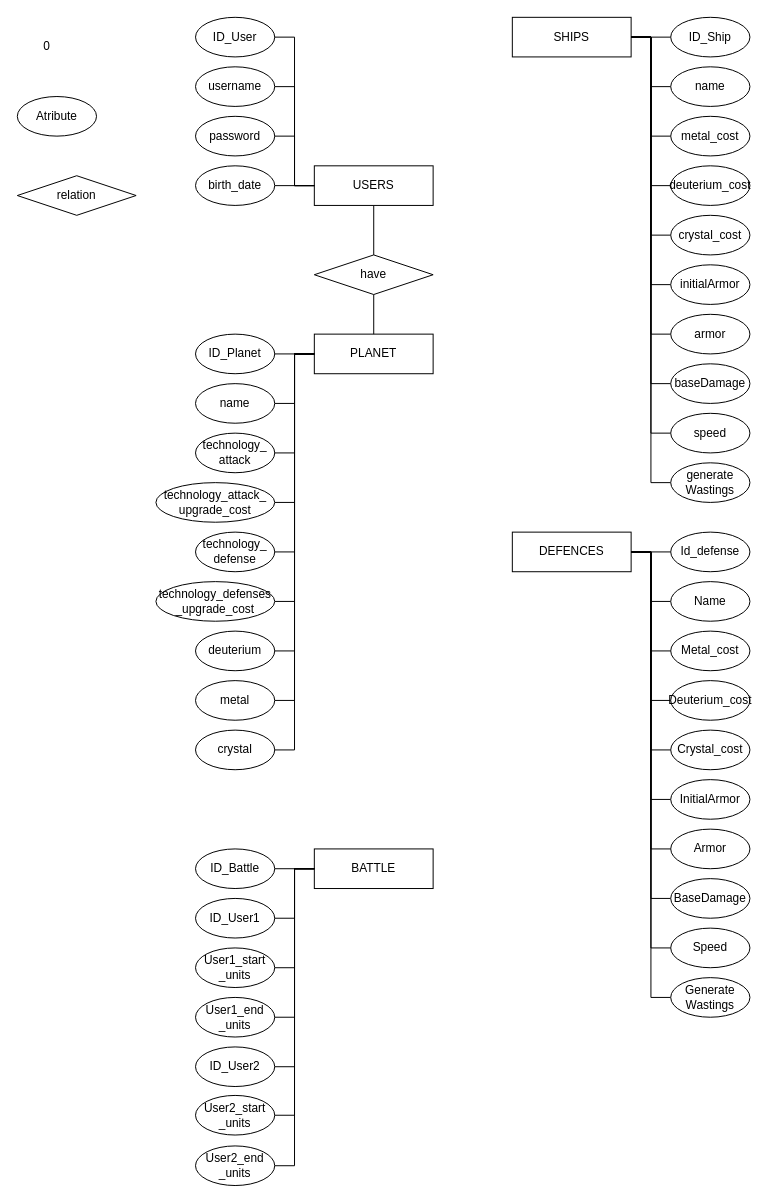
SergioHerreraMarin/PlanetWarsProyectoM3 keeps this draw.io diagram as M2/DiagramaChen.drawio. Above is the earlier version. Source tidied: cells renumbered, new cells numbered last; positions are measured from the earlier drawing's top-left corner, leaving out a move shared by most shapes. Both pictures are drawn from the tidied source at 99%, with x=0, y=0 at pixel (17, 17).
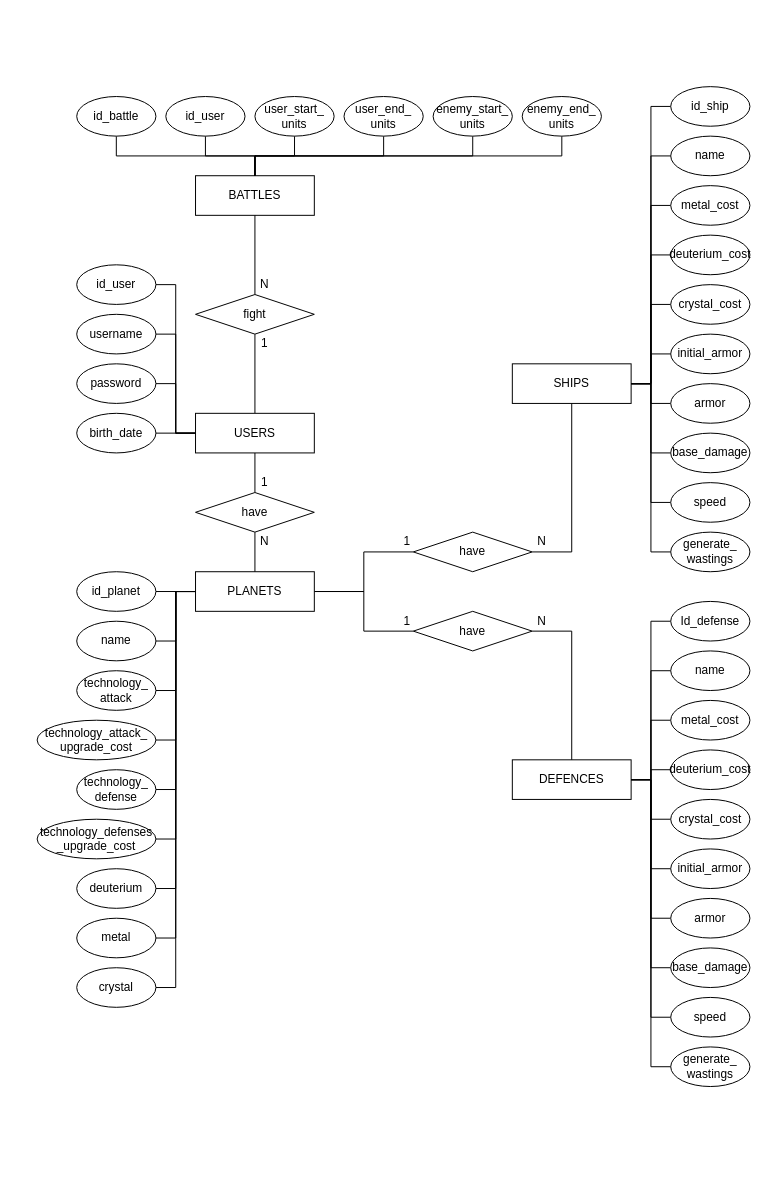
Above is the later version.

Commit message (it also covers changes not shown here):
Diagrama Chen acabado

The edit, as a diff of the source:
```diff
@@
+    <mxCell id="93" style="edgeStyle=orthogonalEdgeStyle;rounded=0;jettySize=auto;html=1;exitX=0.5;exitY=0;exitDx=0;exitDy=0;entryX=0.5;entryY=1;entryDx=0;entryDy=0;endArrow=none;endFill=0;" parent="1" edge="1" source="3" target="106">
+      <mxGeometry relative="1" as="geometry" />
+    </mxCell>
     <mxCell id="3" value="USERS" style="rounded=0;whiteSpace=wrap;html=1;" parent="1" vertex="1">
-      <mxGeometry x="300" y="150" width="120" height="40" as="geometry" />
+      <mxGeometry x="180" y="400" width="120" height="40" as="geometry" />
     </mxCell>
-    <mxCell id="4" value="Atribute" style="ellipse;whiteSpace=wrap;html=1;" parent="1" vertex="1">
-      <mxGeometry y="80" width="80" height="40" as="geometry" />
-    </mxCell>
-    <mxCell id="5" value="relation" style="rhombus;whiteSpace=wrap;html=1;" parent="1" vertex="1">
-      <mxGeometry y="160" width="120" height="40" as="geometry" />
-    </mxCell>
-    <mxCell id="6" value="0" style="text;html=1;strokeColor=none;fillColor=none;align=center;verticalAlign=middle;whiteSpace=wrap;rounded=0;" parent="1" vertex="1">
-      <mxGeometry x="20" y="20" width="20" height="20" as="geometry" />
+    <mxCell id="6" value="N" style="text;html=1;strokeColor=none;fillColor=none;align=center;verticalAlign=middle;whiteSpace=wrap;rounded=0;" parent="1" vertex="1">
+      <mxGeometry x="240" y="520" width="20" height="20" as="geometry" />
     </mxCell>
     <mxCell id="7" value="SHIPS" style="rounded=0;whiteSpace=wrap;html=1;" parent="1" vertex="1">
-      <mxGeometry x="500" width="120" height="40" as="geometry" />
+      <mxGeometry x="500" y="350" width="120" height="40" as="geometry" />
     </mxCell>
+    <mxCell id="94" style="edgeStyle=orthogonalEdgeStyle;rounded=0;jettySize=auto;html=1;exitX=1;exitY=0.5;exitDx=0;exitDy=0;entryX=0;entryY=0.5;entryDx=0;entryDy=0;endArrow=none;endFill=0;" parent="1" edge="1" source="8" target="100">
+      <mxGeometry relative="1" as="geometry" />
+    </mxCell>
+    <mxCell id="95" style="edgeStyle=orthogonalEdgeStyle;rounded=0;jettySize=auto;html=1;exitX=1;exitY=0.5;exitDx=0;exitDy=0;entryX=0;entryY=0.5;entryDx=0;entryDy=0;endArrow=none;endFill=0;" parent="1" edge="1" source="8" target="98">
+      <mxGeometry relative="1" as="geometry" />
+    </mxCell>
-    <mxCell id="8" value="PLANET" style="rounded=0;whiteSpace=wrap;html=1;" parent="1" vertex="1">
-      <mxGeometry x="300" y="320" width="120" height="40" as="geometry" />
+    <mxCell id="8" value="PLANETS" style="rounded=0;whiteSpace=wrap;html=1;" parent="1" vertex="1">
+      <mxGeometry x="180" y="560" width="120" height="40" as="geometry" />
     </mxCell>
     <mxCell id="9" value="DEFENCES" style="rounded=0;whiteSpace=wrap;html=1;" parent="1" vertex="1">
-      <mxGeometry x="500" y="520" width="120" height="40" as="geometry" />
+      <mxGeometry x="500" y="750" width="120" height="40" as="geometry" />
     </mxCell>
-    <mxCell id="10" value="BATTLE" style="rounded=0;whiteSpace=wrap;html=1;" parent="1" vertex="1">
-      <mxGeometry x="300" y="840" width="120" height="40" as="geometry" />
+    <mxCell id="10" value="BATTLES" style="rounded=0;whiteSpace=wrap;html=1;" parent="1" vertex="1">
+      <mxGeometry x="180" y="160" width="120" height="40" as="geometry" />
     </mxCell>
@@
-    <mxCell id="12" value="ID_User" style="ellipse;whiteSpace=wrap;html=1;" parent="1" vertex="1">
-      <mxGeometry x="180" width="80" height="40" as="geometry" />
+    <mxCell id="12" value="id_user" style="ellipse;whiteSpace=wrap;html=1;" parent="1" vertex="1">
+      <mxGeometry x="60" y="250" width="80" height="40" as="geometry" />
     </mxCell>
@@
     <mxCell id="14" value="username" style="ellipse;whiteSpace=wrap;html=1;" parent="1" vertex="1">
-      <mxGeometry x="180" y="50" width="80" height="40" as="geometry" />
+      <mxGeometry x="60" y="300" width="80" height="40" as="geometry" />
     </mxCell>
@@
     <mxCell id="16" value="birth_date" style="ellipse;whiteSpace=wrap;html=1;" parent="1" vertex="1">
-      <mxGeometry x="180" y="150" width="80" height="40" as="geometry" />
+      <mxGeometry x="60" y="400" width="80" height="40" as="geometry" />
     </mxCell>
@@
     <mxCell id="18" value="password" style="ellipse;whiteSpace=wrap;html=1;" parent="1" vertex="1">
-      <mxGeometry x="180" y="100" width="80" height="40" as="geometry" />
+      <mxGeometry x="60" y="350" width="80" height="40" as="geometry" />
     </mxCell>
@@
     <mxCell id="20" value="have" style="rhombus;whiteSpace=wrap;html=1;" parent="1" vertex="1">
-      <mxGeometry x="300" y="240" width="120" height="40" as="geometry" />
+      <mxGeometry x="180" y="480" width="120" height="40" as="geometry" />
     </mxCell>
@@
-    <mxCell id="22" value="ID_Planet" style="ellipse;whiteSpace=wrap;html=1;" parent="1" vertex="1">
-      <mxGeometry x="180" y="320" width="80" height="40" as="geometry" />
+    <mxCell id="22" value="id_planet" style="ellipse;whiteSpace=wrap;html=1;" parent="1" vertex="1">
+      <mxGeometry x="60" y="560" width="80" height="40" as="geometry" />
     </mxCell>
@@
     <mxCell id="24" value="name" style="ellipse;whiteSpace=wrap;html=1;" parent="1" vertex="1">
-      <mxGeometry x="180" y="370" width="80" height="40" as="geometry" />
+      <mxGeometry x="60" y="610" width="80" height="40" as="geometry" />
     </mxCell>
@@
     <mxCell id="26" value="technology_&lt;br&gt;attack" style="ellipse;whiteSpace=wrap;html=1;" parent="1" vertex="1">
-      <mxGeometry x="180" y="420" width="80" height="40" as="geometry" />
+      <mxGeometry x="60" y="660" width="80" height="40" as="geometry" />
     </mxCell>
@@
     <mxCell id="28" value="technology_&lt;br&gt;defense" style="ellipse;whiteSpace=wrap;html=1;" parent="1" vertex="1">
-      <mxGeometry x="180" y="520" width="80" height="40" as="geometry" />
+      <mxGeometry x="60" y="760" width="80" height="40" as="geometry" />
     </mxCell>
@@
     <mxCell id="30" value="technology_attack_&lt;br&gt;upgrade_cost" style="ellipse;whiteSpace=wrap;html=1;" parent="1" vertex="1">
-      <mxGeometry x="140" y="470" width="120" height="40" as="geometry" />
+      <mxGeometry x="20" y="710" width="120" height="40" as="geometry" />
     </mxCell>
@@
     <mxCell id="32" value="technology_defenses&lt;br&gt;_upgrade_cost" style="ellipse;whiteSpace=wrap;html=1;" parent="1" vertex="1">
-      <mxGeometry x="140" y="570" width="120" height="40" as="geometry" />
+      <mxGeometry x="20" y="810" width="120" height="40" as="geometry" />
     </mxCell>
@@
     <mxCell id="34" value="crystal" style="ellipse;whiteSpace=wrap;html=1;" parent="1" vertex="1">
-      <mxGeometry x="180" y="720" width="80" height="40" as="geometry" />
+      <mxGeometry x="60" y="960" width="80" height="40" as="geometry" />
     </mxCell>
@@
     <mxCell id="36" value="metal" style="ellipse;whiteSpace=wrap;html=1;" parent="1" vertex="1">
-      <mxGeometry x="180" y="670" width="80" height="40" as="geometry" />
+      <mxGeometry x="60" y="910" width="80" height="40" as="geometry" />
     </mxCell>
@@
     <mxCell id="38" value="deuterium" style="ellipse;whiteSpace=wrap;html=1;" parent="1" vertex="1">
-      <mxGeometry x="180" y="620" width="80" height="40" as="geometry" />
+      <mxGeometry x="60" y="860" width="80" height="40" as="geometry" />
     </mxCell>
@@
-    <mxCell id="40" value="ID_Ship" style="ellipse;whiteSpace=wrap;html=1;" parent="1" vertex="1">
-      <mxGeometry x="660" width="80" height="40" as="geometry" />
+    <mxCell id="40" value="id_ship" style="ellipse;whiteSpace=wrap;html=1;" parent="1" vertex="1">
+      <mxGeometry x="660" y="70" width="80" height="40" as="geometry" />
     </mxCell>
@@
     <mxCell id="42" value="name" style="ellipse;whiteSpace=wrap;html=1;" parent="1" vertex="1">
-      <mxGeometry x="660" y="50" width="80" height="40" as="geometry" />
+      <mxGeometry x="660" y="120" width="80" height="40" as="geometry" />
     </mxCell>
@@
     <mxCell id="44" value="metal_cost" style="ellipse;whiteSpace=wrap;html=1;" parent="1" vertex="1">
-      <mxGeometry x="660" y="100" width="80" height="40" as="geometry" />
+      <mxGeometry x="660" y="170" width="80" height="40" as="geometry" />
     </mxCell>
@@
     <mxCell id="46" value="deuterium_cost" style="ellipse;whiteSpace=wrap;html=1;" parent="1" vertex="1">
-      <mxGeometry x="660" y="150" width="80" height="40" as="geometry" />
+      <mxGeometry x="660" y="220" width="80" height="40" as="geometry" />
     </mxCell>
@@
     <mxCell id="48" value="crystal_cost" style="ellipse;whiteSpace=wrap;html=1;" parent="1" vertex="1">
-      <mxGeometry x="660" y="200" width="80" height="40" as="geometry" />
+      <mxGeometry x="660" y="270" width="80" height="40" as="geometry" />
     </mxCell>
@@
-    <mxCell id="50" value="initialArmor" style="ellipse;whiteSpace=wrap;html=1;" parent="1" vertex="1">
-      <mxGeometry x="660" y="250" width="80" height="40" as="geometry" />
+    <mxCell id="50" value="initial_armor" style="ellipse;whiteSpace=wrap;html=1;" parent="1" vertex="1">
+      <mxGeometry x="660" y="320" width="80" height="40" as="geometry" />
     </mxCell>
@@
     <mxCell id="52" value="armor" style="ellipse;whiteSpace=wrap;html=1;" parent="1" vertex="1">
-      <mxGeometry x="660" y="300" width="80" height="40" as="geometry" />
+      <mxGeometry x="660" y="370" width="80" height="40" as="geometry" />
     </mxCell>
@@
-    <mxCell id="54" value="baseDamage" style="ellipse;whiteSpace=wrap;html=1;" parent="1" vertex="1">
-      <mxGeometry x="660" y="350" width="80" height="40" as="geometry" />
+    <mxCell id="54" value="base_damage" style="ellipse;whiteSpace=wrap;html=1;" parent="1" vertex="1">
+      <mxGeometry x="660" y="420" width="80" height="40" as="geometry" />
     </mxCell>
@@
     <mxCell id="56" value="speed" style="ellipse;whiteSpace=wrap;html=1;" parent="1" vertex="1">
-      <mxGeometry x="660" y="400" width="80" height="40" as="geometry" />
+      <mxGeometry x="660" y="470" width="80" height="40" as="geometry" />
     </mxCell>
@@
-    <mxCell id="58" value="generate&lt;br&gt;Wastings" style="ellipse;whiteSpace=wrap;html=1;" parent="1" vertex="1">
-      <mxGeometry x="660" y="450" width="80" height="40" as="geometry" />
+    <mxCell id="58" value="generate_&lt;br&gt;wastings" style="ellipse;whiteSpace=wrap;html=1;" parent="1" vertex="1">
+      <mxGeometry x="660" y="520" width="80" height="40" as="geometry" />
     </mxCell>
@@
     <mxCell id="60" value="Id_defense" style="ellipse;whiteSpace=wrap;html=1;" parent="1" vertex="1">
-      <mxGeometry x="660" y="520" width="80" height="40" as="geometry" />
+      <mxGeometry x="660" y="590" width="80" height="40" as="geometry" />
     </mxCell>
@@
-    <mxCell id="62" value="Name" style="ellipse;whiteSpace=wrap;html=1;" parent="1" vertex="1">
-      <mxGeometry x="660" y="570" width="80" height="40" as="geometry" />
+    <mxCell id="62" value="name" style="ellipse;whiteSpace=wrap;html=1;" parent="1" vertex="1">
+      <mxGeometry x="660" y="640" width="80" height="40" as="geometry" />
     </mxCell>
@@
-    <mxCell id="64" value="Metal_cost" style="ellipse;whiteSpace=wrap;html=1;" parent="1" vertex="1">
-      <mxGeometry x="660" y="620" width="80" height="40" as="geometry" />
+    <mxCell id="64" value="metal_cost" style="ellipse;whiteSpace=wrap;html=1;" parent="1" vertex="1">
+      <mxGeometry x="660" y="690" width="80" height="40" as="geometry" />
     </mxCell>
@@
-    <mxCell id="66" value="Deuterium_cost" style="ellipse;whiteSpace=wrap;html=1;" parent="1" vertex="1">
-      <mxGeometry x="660" y="670" width="80" height="40" as="geometry" />
+    <mxCell id="66" value="deuterium_cost" style="ellipse;whiteSpace=wrap;html=1;" parent="1" vertex="1">
+      <mxGeometry x="660" y="740" width="80" height="40" as="geometry" />
     </mxCell>
@@
-    <mxCell id="68" value="Crystal_cost" style="ellipse;whiteSpace=wrap;html=1;" parent="1" vertex="1">
-      <mxGeometry x="660" y="720" width="80" height="40" as="geometry" />
+    <mxCell id="68" value="crystal_cost" style="ellipse;whiteSpace=wrap;html=1;" parent="1" vertex="1">
+      <mxGeometry x="660" y="790" width="80" height="40" as="geometry" />
     </mxCell>
@@
-    <mxCell id="70" value="InitialArmor" style="ellipse;whiteSpace=wrap;html=1;" parent="1" vertex="1">
-      <mxGeometry x="660" y="770" width="80" height="40" as="geometry" />
+    <mxCell id="70" value="initial_armor" style="ellipse;whiteSpace=wrap;html=1;" parent="1" vertex="1">
+      <mxGeometry x="660" y="840" width="80" height="40" as="geometry" />
     </mxCell>
@@
-    <mxCell id="72" value="Armor" style="ellipse;whiteSpace=wrap;html=1;" parent="1" vertex="1">
-      <mxGeometry x="660" y="820" width="80" height="40" as="geometry" />
+    <mxCell id="72" value="armor" style="ellipse;whiteSpace=wrap;html=1;" parent="1" vertex="1">
+      <mxGeometry x="660" y="890" width="80" height="40" as="geometry" />
     </mxCell>
@@
-    <mxCell id="74" value="BaseDamage" style="ellipse;whiteSpace=wrap;html=1;" parent="1" vertex="1">
-      <mxGeometry x="660" y="870" width="80" height="40" as="geometry" />
+    <mxCell id="74" value="base_damage" style="ellipse;whiteSpace=wrap;html=1;" parent="1" vertex="1">
+      <mxGeometry x="660" y="940" width="80" height="40" as="geometry" />
     </mxCell>
@@
-    <mxCell id="76" value="Speed" style="ellipse;whiteSpace=wrap;html=1;" parent="1" vertex="1">
-      <mxGeometry x="660" y="920" width="80" height="40" as="geometry" />
+    <mxCell id="76" value="speed" style="ellipse;whiteSpace=wrap;html=1;" parent="1" vertex="1">
+      <mxGeometry x="660" y="990" width="80" height="40" as="geometry" />
     </mxCell>
@@
-    <mxCell id="78" value="Generate Wastings" style="ellipse;whiteSpace=wrap;html=1;" parent="1" vertex="1">
-      <mxGeometry x="660" y="970" width="80" height="40" as="geometry" />
+    <mxCell id="78" value="generate_&lt;br&gt;wastings" style="ellipse;whiteSpace=wrap;html=1;" parent="1" vertex="1">
+      <mxGeometry x="660" y="1040" width="80" height="40" as="geometry" />
     </mxCell>
-    <mxCell id="79" style="edgeStyle=orthogonalEdgeStyle;rounded=0;jettySize=auto;html=1;exitX=1;exitY=0.5;exitDx=0;exitDy=0;entryX=0;entryY=0.5;entryDx=0;entryDy=0;fontSize=8;endArrow=none;endFill=0;" parent="1" edge="1" source="80" target="10">
+    <mxCell id="79" style="edgeStyle=orthogonalEdgeStyle;rounded=0;jettySize=auto;html=1;exitX=0.5;exitY=1;exitDx=0;exitDy=0;entryX=0.5;entryY=0;entryDx=0;entryDy=0;endArrow=none;endFill=0;" parent="1" edge="1" source="80" target="10">
       <mxGeometry relative="1" as="geometry" />
     </mxCell>
-    <mxCell id="80" value="ID_Battle" style="ellipse;whiteSpace=wrap;html=1;" parent="1" vertex="1">
-      <mxGeometry x="180" y="840" width="80" height="40" as="geometry" />
+    <mxCell id="80" value="id_battle" style="ellipse;whiteSpace=wrap;html=1;" parent="1" vertex="1">
+      <mxGeometry x="60" y="80" width="80" height="40" as="geometry" />
     </mxCell>
-    <mxCell id="81" style="edgeStyle=orthogonalEdgeStyle;rounded=0;jettySize=auto;html=1;exitX=1;exitY=0.5;exitDx=0;exitDy=0;entryX=0;entryY=0.5;entryDx=0;entryDy=0;fontSize=8;endArrow=none;endFill=0;" parent="1" edge="1" source="82" target="10">
+    <mxCell id="81" style="edgeStyle=orthogonalEdgeStyle;rounded=0;jettySize=auto;html=1;exitX=0.5;exitY=1;exitDx=0;exitDy=0;entryX=0.5;entryY=0;entryDx=0;entryDy=0;endArrow=none;endFill=0;" parent="1" edge="1" source="82" target="10">
       <mxGeometry relative="1" as="geometry" />
     </mxCell>
-    <mxCell id="82" value="ID_User1" style="ellipse;whiteSpace=wrap;html=1;" parent="1" vertex="1">
-      <mxGeometry x="180" y="890" width="80" height="40" as="geometry" />
+    <mxCell id="82" value="id_user" style="ellipse;whiteSpace=wrap;html=1;" parent="1" vertex="1">
+      <mxGeometry x="150" y="80" width="80" height="40" as="geometry" />
     </mxCell>
-    <mxCell id="83" style="edgeStyle=orthogonalEdgeStyle;rounded=0;jettySize=auto;html=1;exitX=1;exitY=0.5;exitDx=0;exitDy=0;entryX=0;entryY=0.5;entryDx=0;entryDy=0;fontSize=8;endArrow=none;endFill=0;" parent="1" edge="1" source="84" target="10">
-      <mxGeometry relative="1" as="geometry" />
-    </mxCell>
-    <mxCell id="84" value="ID_User2" style="ellipse;whiteSpace=wrap;html=1;" parent="1" vertex="1">
-      <mxGeometry x="180" y="1040" width="80" height="40" as="geometry" />
-    </mxCell>
-    <mxCell id="85" style="edgeStyle=orthogonalEdgeStyle;rounded=0;jettySize=auto;html=1;exitX=1;exitY=0.5;exitDx=0;exitDy=0;entryX=0;entryY=0.5;entryDx=0;entryDy=0;fontSize=8;endArrow=none;endFill=0;" parent="1" edge="1" source="86" target="10">
+    <mxCell id="85" style="edgeStyle=orthogonalEdgeStyle;rounded=0;jettySize=auto;html=1;exitX=0.5;exitY=1;exitDx=0;exitDy=0;entryX=0.5;entryY=0;entryDx=0;entryDy=0;endArrow=none;endFill=0;" parent="1" edge="1" source="86" target="10">
       <mxGeometry relative="1" as="geometry" />
     </mxCell>
-    <mxCell id="86" value="User1_start&lt;br&gt;_units" style="ellipse;whiteSpace=wrap;html=1;" parent="1" vertex="1">
-      <mxGeometry x="180" y="940" width="80" height="40" as="geometry" />
+    <mxCell id="86" value="user_start_&lt;br&gt;units" style="ellipse;whiteSpace=wrap;html=1;" parent="1" vertex="1">
+      <mxGeometry x="240" y="80" width="80" height="40" as="geometry" />
     </mxCell>
-    <mxCell id="87" style="edgeStyle=orthogonalEdgeStyle;rounded=0;jettySize=auto;html=1;exitX=1;exitY=0.5;exitDx=0;exitDy=0;entryX=0;entryY=0.5;entryDx=0;entryDy=0;fontSize=8;endArrow=none;endFill=0;" parent="1" edge="1" source="88" target="10">
+    <mxCell id="87" style="edgeStyle=orthogonalEdgeStyle;rounded=0;jettySize=auto;html=1;exitX=0.5;exitY=1;exitDx=0;exitDy=0;entryX=0.5;entryY=0;entryDx=0;entryDy=0;endArrow=none;endFill=0;" parent="1" edge="1" source="88" target="10">
       <mxGeometry relative="1" as="geometry" />
     </mxCell>
-    <mxCell id="88" value="User1_end&lt;br&gt;_units" style="ellipse;whiteSpace=wrap;html=1;" parent="1" vertex="1">
-      <mxGeometry x="180" y="990" width="80" height="40" as="geometry" />
+    <mxCell id="88" value="user_end_&lt;br&gt;units" style="ellipse;whiteSpace=wrap;html=1;" parent="1" vertex="1">
+      <mxGeometry x="330" y="80" width="80" height="40" as="geometry" />
     </mxCell>
-    <mxCell id="89" style="edgeStyle=orthogonalEdgeStyle;rounded=0;jettySize=auto;html=1;exitX=1;exitY=0.5;exitDx=0;exitDy=0;entryX=0;entryY=0.5;entryDx=0;entryDy=0;fontSize=8;endArrow=none;endFill=0;" parent="1" edge="1" source="90" target="10">
+    <mxCell id="89" style="edgeStyle=orthogonalEdgeStyle;rounded=0;jettySize=auto;html=1;exitX=0.5;exitY=1;exitDx=0;exitDy=0;entryX=0.5;entryY=0;entryDx=0;entryDy=0;endArrow=none;endFill=0;" parent="1" edge="1" source="90" target="10">
       <mxGeometry relative="1" as="geometry" />
     </mxCell>
-    <mxCell id="90" value="User2_start&lt;br&gt;_units" style="ellipse;whiteSpace=wrap;html=1;" parent="1" vertex="1">
-      <mxGeometry x="180" y="1089" width="80" height="40" as="geometry" />
+    <mxCell id="90" value="enemy_start_&lt;br&gt;units" style="ellipse;whiteSpace=wrap;html=1;" parent="1" vertex="1">
+      <mxGeometry x="420" y="80" width="80" height="40" as="geometry" />
     </mxCell>
-    <mxCell id="91" style="edgeStyle=orthogonalEdgeStyle;rounded=0;jettySize=auto;html=1;exitX=1;exitY=0.5;exitDx=0;exitDy=0;entryX=0;entryY=0.5;entryDx=0;entryDy=0;fontSize=8;endArrow=none;endFill=0;" parent="1" edge="1" source="92" target="10">
+    <mxCell id="91" style="edgeStyle=orthogonalEdgeStyle;rounded=0;jettySize=auto;html=1;exitX=0.5;exitY=1;exitDx=0;exitDy=0;entryX=0.5;entryY=0;entryDx=0;entryDy=0;endArrow=none;endFill=0;" parent="1" edge="1" source="92" target="10">
       <mxGeometry relative="1" as="geometry" />
     </mxCell>
-    <mxCell id="92" value="User2_end&lt;br&gt;_units" style="ellipse;whiteSpace=wrap;html=1;" parent="1" vertex="1">
-      <mxGeometry x="180" y="1140" width="80" height="40" as="geometry" />
+    <mxCell id="92" value="enemy_end_&lt;br&gt;units" style="ellipse;whiteSpace=wrap;html=1;" parent="1" vertex="1">
+      <mxGeometry x="510" y="80" width="80" height="40" as="geometry" />
     </mxCell>
+    <mxCell id="96" value="1" style="text;html=1;strokeColor=none;fillColor=none;align=center;verticalAlign=middle;whiteSpace=wrap;rounded=0;" parent="1" vertex="1">
+      <mxGeometry x="240" y="460" width="20" height="20" as="geometry" />
+    </mxCell>
+    <mxCell id="97" style="edgeStyle=orthogonalEdgeStyle;rounded=0;jettySize=auto;html=1;exitX=1;exitY=0.5;exitDx=0;exitDy=0;entryX=0.5;entryY=1;entryDx=0;entryDy=0;endArrow=none;endFill=0;" parent="1" edge="1" source="98" target="7">
+      <mxGeometry relative="1" as="geometry" />
+    </mxCell>
+    <mxCell id="98" value="have" style="rhombus;whiteSpace=wrap;html=1;" parent="1" vertex="1">
+      <mxGeometry x="400" y="520" width="120" height="40" as="geometry" />
+    </mxCell>
+    <mxCell id="99" style="edgeStyle=orthogonalEdgeStyle;rounded=0;jettySize=auto;html=1;exitX=1;exitY=0.5;exitDx=0;exitDy=0;entryX=0.5;entryY=0;entryDx=0;entryDy=0;endArrow=none;endFill=0;" parent="1" edge="1" source="100" target="9">
+      <mxGeometry relative="1" as="geometry" />
+    </mxCell>
+    <mxCell id="100" value="have" style="rhombus;whiteSpace=wrap;html=1;" parent="1" vertex="1">
+      <mxGeometry x="400" y="600" width="120" height="40" as="geometry" />
+    </mxCell>
+    <mxCell id="101" value="1" style="text;html=1;strokeColor=none;fillColor=none;align=center;verticalAlign=middle;whiteSpace=wrap;rounded=0;" parent="1" vertex="1">
+      <mxGeometry x="384" y="520" width="20" height="20" as="geometry" />
+    </mxCell>
+    <mxCell id="102" value="1" style="text;html=1;strokeColor=none;fillColor=none;align=center;verticalAlign=middle;whiteSpace=wrap;rounded=0;" parent="1" vertex="1">
+      <mxGeometry x="384" y="600" width="20" height="20" as="geometry" />
+    </mxCell>
+    <mxCell id="103" value="N" style="text;html=1;strokeColor=none;fillColor=none;align=center;verticalAlign=middle;whiteSpace=wrap;rounded=0;" parent="1" vertex="1">
+      <mxGeometry x="520" y="600" width="20" height="20" as="geometry" />
+    </mxCell>
+    <mxCell id="104" value="N" style="text;html=1;strokeColor=none;fillColor=none;align=center;verticalAlign=middle;whiteSpace=wrap;rounded=0;" parent="1" vertex="1">
+      <mxGeometry x="520" y="520" width="20" height="20" as="geometry" />
+    </mxCell>
+    <mxCell id="105" style="edgeStyle=orthogonalEdgeStyle;rounded=0;jettySize=auto;html=1;exitX=0.5;exitY=0;exitDx=0;exitDy=0;entryX=0.5;entryY=1;entryDx=0;entryDy=0;endArrow=none;endFill=0;" parent="1" edge="1" source="106" target="10">
+      <mxGeometry relative="1" as="geometry" />
+    </mxCell>
+    <mxCell id="106" value="fight" style="rhombus;whiteSpace=wrap;html=1;" parent="1" vertex="1">
+      <mxGeometry x="180" y="280" width="120" height="40" as="geometry" />
+    </mxCell>
+    <mxCell id="107" value="N" style="text;html=1;strokeColor=none;fillColor=none;align=center;verticalAlign=middle;whiteSpace=wrap;rounded=0;" parent="1" vertex="1">
+      <mxGeometry x="240" y="260" width="20" height="20" as="geometry" />
+    </mxCell>
+    <mxCell id="108" value="1" style="text;html=1;strokeColor=none;fillColor=none;align=center;verticalAlign=middle;whiteSpace=wrap;rounded=0;" parent="1" vertex="1">
+      <mxGeometry x="240" y="320" width="20" height="20" as="geometry" />
+    </mxCell>
```
